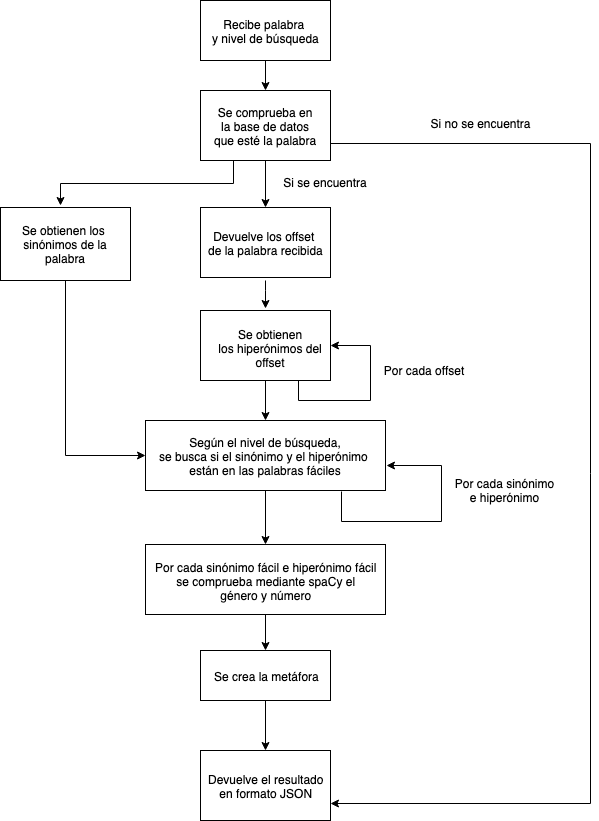
The draw.io diagram Memoria/Imagenes/Bitmap/Capitulo4/ServiciosWeb/DiagramaFlujoMetafora.png in NILGroup/TFG-1819-Analogias, before a commit. Source tidied: cells renumbered, new cells last; positions are measured from the earlier drawing's top-left corner, leaving out a move shared by most shapes.
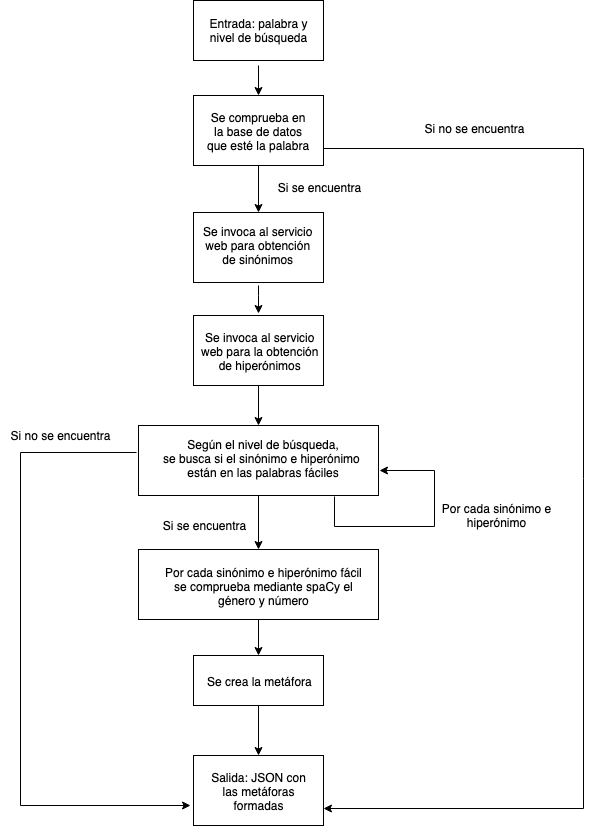
Later version of the same file.

The edit, as a diff of the source:
```diff
@@ -2,141 +2,128 @@
   <root>
     <mxCell id="0" />
     <mxCell id="1" parent="0" />
-    <mxCell id="2" style="rounded=0;whiteSpace=wrap;html=1;" parent="1" vertex="1">
-      <mxGeometry x="200" width="130" height="60" as="geometry" />
-    </mxCell>
-    <mxCell id="3" style="edgeStyle=orthogonalEdgeStyle;rounded=0;jettySize=auto;html=1;entryX=0.5;entryY=0;entryDx=0;entryDy=0;exitX=0.5;exitY=1;exitDx=0;exitDy=0;" parent="1" edge="1" source="2" target="6">
-      <mxGeometry relative="1" as="geometry" />
-    </mxCell>
-    <mxCell id="4" value="Recibe palabra&amp;nbsp;&lt;br&gt;y nivel de búsqueda&lt;br&gt;" style="text;html=1;align=center;verticalAlign=top;spacingTop=-4;" parent="1" vertex="1">
-      <mxGeometry x="205" y="15" width="120" height="30" as="geometry" />
-    </mxCell>
-    <mxCell id="5" style="edgeStyle=orthogonalEdgeStyle;rounded=0;jettySize=auto;html=1;exitX=0.25;exitY=1;exitDx=0;exitDy=0;" parent="1" edge="1" source="6">
-      <mxGeometry relative="1" as="geometry">
-        <mxPoint x="60" y="205" as="targetPoint" />
-      </mxGeometry>
-    </mxCell>
-    <mxCell id="6" style="rounded=0;whiteSpace=wrap;html=1;" parent="1" vertex="1">
-      <mxGeometry x="200" y="90" width="130" height="70" as="geometry" />
-    </mxCell>
-    <mxCell id="7" style="edgeStyle=orthogonalEdgeStyle;rounded=0;jettySize=auto;html=1;entryX=0.5;entryY=0;entryDx=0;entryDy=0;" parent="1" edge="1" target="9">
-      <mxGeometry relative="1" as="geometry">
-        <mxPoint x="265" y="160" as="sourcePoint" />
-      </mxGeometry>
-    </mxCell>
+    <mxCell id="36" style="rounded=0;whiteSpace=wrap;html=1;" parent="1" vertex="1">
+      <mxGeometry x="200" y="-5" width="130" height="60" as="geometry" />
+    </mxCell>
+    <mxCell id="37" style="edgeStyle=orthogonalEdgeStyle;rounded=0;jettySize=auto;html=1;entryX=0.5;entryY=0;entryDx=0;entryDy=0;exitX=0.5;exitY=1;exitDx=0;exitDy=0;" parent="1" edge="1" target="38">
+      <mxGeometry relative="1" as="geometry">
+        <mxPoint x="265" y="60" as="sourcePoint" />
+      </mxGeometry>
+    </mxCell>
+    <mxCell id="38" style="rounded=0;whiteSpace=wrap;html=1;" parent="1" vertex="1">
+      <mxGeometry x="200" y="90" width="130" height="70" as="geometry" />
+    </mxCell>
+    <mxCell id="39" style="edgeStyle=orthogonalEdgeStyle;rounded=0;jettySize=auto;html=1;entryX=0.5;entryY=0;entryDx=0;entryDy=0;" parent="1" edge="1" target="40">
+      <mxGeometry relative="1" as="geometry">
+        <mxPoint x="265" y="160" as="sourcePoint" />
+      </mxGeometry>
+    </mxCell>
     <mxCell id="8" value="Se comprueba en&lt;br&gt;&amp;nbsp;la base de datos &lt;br&gt;que esté la palabra&lt;br&gt;" style="text;html=1;align=center;verticalAlign=top;spacingTop=-4;" parent="1" vertex="1">
       <mxGeometry x="205" y="103" width="120" height="40" as="geometry" />
     </mxCell>
-    <mxCell id="9" style="rounded=0;whiteSpace=wrap;html=1;" parent="1" vertex="1">
-      <mxGeometry x="200" y="207" width="130" height="70" as="geometry" />
-    </mxCell>
-    <mxCell id="10" style="edgeStyle=orthogonalEdgeStyle;rounded=0;orthogonalLoop=1;jettySize=auto;html=1;" parent="1" edge="1">
-      <mxGeometry relative="1" as="geometry">
-        <mxPoint x="265" y="280" as="sourcePoint" />
-        <mxPoint x="265" y="308" as="targetPoint" />
-        <Array as="points">
-          <mxPoint x="265" y="290" />
-          <mxPoint x="265" y="290" />
-        </Array>
-      </mxGeometry>
-    </mxCell>
-    <mxCell id="11" value="Devuelve los offset&amp;nbsp;&lt;br&gt;de la palabra recibida&lt;br&gt;" style="text;html=1;align=center;verticalAlign=top;spacingTop=-4;" parent="1" vertex="1">
-      <mxGeometry x="200" y="227" width="130" height="30" as="geometry" />
-    </mxCell>
-    <mxCell id="12" value="Si se encuentra" style="text;html=1;strokeColor=none;fillColor=none;align=center;verticalAlign=middle;whiteSpace=wrap;rounded=0;" parent="1" vertex="1">
-      <mxGeometry x="275" y="172" width="100" height="20" as="geometry" />
-    </mxCell>
-    <mxCell id="13" style="edgeStyle=orthogonalEdgeStyle;rounded=0;jettySize=auto;html=1;exitX=0.5;exitY=1;exitDx=0;exitDy=0;entryX=0.5;entryY=0;entryDx=0;entryDy=0;" parent="1" edge="1" source="14" target="19">
-      <mxGeometry relative="1" as="geometry" />
-    </mxCell>
-    <mxCell id="14" style="rounded=0;whiteSpace=wrap;html=1;" parent="1" vertex="1">
-      <mxGeometry x="200" y="310" width="130" height="70" as="geometry" />
-    </mxCell>
-    <mxCell id="15" value="Se obtienen&lt;br&gt;&amp;nbsp;los hiperónimos del&amp;nbsp;&lt;br&gt;offset&lt;br&gt;" style="text;html=1;align=center;verticalAlign=top;spacingTop=-4;" parent="1" vertex="1">
-      <mxGeometry x="205" y="325" width="130" height="40" as="geometry" />
-    </mxCell>
-    <mxCell id="16" style="edgeStyle=orthogonalEdgeStyle;rounded=0;orthogonalLoop=1;jettySize=auto;html=1;exitX=0.75;exitY=1;exitDx=0;exitDy=0;entryX=1;entryY=0.5;entryDx=0;entryDy=0;" parent="1" edge="1" source="14" target="14">
-      <mxGeometry relative="1" as="geometry">
-        <Array as="points">
-          <mxPoint x="298" y="400" />
-          <mxPoint x="370" y="400" />
-          <mxPoint x="370" y="345" />
-        </Array>
-      </mxGeometry>
-    </mxCell>
-    <mxCell id="17" value="Por cada offset" style="text;html=1;strokeColor=none;fillColor=none;align=center;verticalAlign=middle;whiteSpace=wrap;rounded=0;" parent="1" vertex="1">
-      <mxGeometry x="373" y="360" width="100" height="20" as="geometry" />
-    </mxCell>
-    <mxCell id="18" style="edgeStyle=orthogonalEdgeStyle;rounded=0;jettySize=auto;html=1;exitX=0.5;exitY=1;exitDx=0;exitDy=0;entryX=0.5;entryY=0;entryDx=0;entryDy=0;" parent="1" edge="1" source="19" target="31">
-      <mxGeometry relative="1" as="geometry" />
-    </mxCell>
-    <mxCell id="19" style="rounded=0;whiteSpace=wrap;html=1;" parent="1" vertex="1">
-      <mxGeometry x="145" y="420" width="240" height="70" as="geometry" />
-    </mxCell>
-    <mxCell id="20" style="rounded=0;whiteSpace=wrap;html=1;" parent="1" vertex="1">
-      <mxGeometry x="200" y="750" width="130" height="70" as="geometry" />
-    </mxCell>
-    <mxCell id="21" value="Según el nivel de búsqueda,&lt;br&gt;se busca si el sinónimo y el hiperónimo &lt;br&gt;están en las palabras fáciles&lt;br&gt;" style="text;html=1;align=center;verticalAlign=top;spacingTop=-4;" parent="1" vertex="1">
-      <mxGeometry x="150" y="433" width="230" height="40" as="geometry" />
-    </mxCell>
-    <mxCell id="22" value="Devuelve el resultado&lt;br&gt;en formato JSON&lt;br&gt;" style="text;html=1;align=center;verticalAlign=top;spacingTop=-4;" parent="1" vertex="1">
-      <mxGeometry x="200" y="770" width="130" height="30" as="geometry" />
-    </mxCell>
+    <mxCell id="40" style="rounded=0;whiteSpace=wrap;html=1;" parent="1" vertex="1">
+      <mxGeometry x="200" y="207" width="130" height="70" as="geometry" />
+    </mxCell>
+    <mxCell id="41" style="edgeStyle=orthogonalEdgeStyle;rounded=0;orthogonalLoop=1;jettySize=auto;html=1;" parent="1" edge="1">
+      <mxGeometry relative="1" as="geometry">
+        <mxPoint x="265" y="280" as="sourcePoint" />
+        <mxPoint x="265" y="308" as="targetPoint" />
+        <Array as="points">
+          <mxPoint x="265" y="290" />
+          <mxPoint x="265" y="290" />
+        </Array>
+      </mxGeometry>
+    </mxCell>
+    <mxCell id="42" value="Se invoca al servicio&lt;br&gt;web para obtención&lt;br&gt;de sinónimos&lt;br&gt;" style="text;html=1;align=center;verticalAlign=top;spacingTop=-4;" parent="1" vertex="1">
+      <mxGeometry x="200" y="217" width="130" height="40" as="geometry" />
+    </mxCell>
+    <mxCell id="43" value="Si se encuentra" style="text;html=1;strokeColor=none;fillColor=none;align=center;verticalAlign=middle;whiteSpace=wrap;rounded=0;" parent="1" vertex="1">
+      <mxGeometry x="275" y="172" width="100" height="20" as="geometry" />
+    </mxCell>
+    <mxCell id="44" style="edgeStyle=orthogonalEdgeStyle;rounded=0;jettySize=auto;html=1;exitX=0.5;exitY=1;exitDx=0;exitDy=0;entryX=0.5;entryY=0;entryDx=0;entryDy=0;" parent="1" edge="1" source="45" target="48">
+      <mxGeometry relative="1" as="geometry" />
+    </mxCell>
+    <mxCell id="45" style="rounded=0;whiteSpace=wrap;html=1;" parent="1" vertex="1">
+      <mxGeometry x="200" y="310" width="130" height="70" as="geometry" />
+    </mxCell>
+    <mxCell id="46" value="Se invoca al servicio&lt;br&gt;web para la obtención&lt;br&gt;de hiperónimos&lt;br&gt;" style="text;html=1;align=center;verticalAlign=top;spacingTop=-4;" parent="1" vertex="1">
+      <mxGeometry x="202" y="323" width="130" height="40" as="geometry" />
+    </mxCell>
+    <mxCell id="47" style="edgeStyle=orthogonalEdgeStyle;rounded=0;jettySize=auto;html=1;exitX=0.5;exitY=1;exitDx=0;exitDy=0;entryX=0.5;entryY=0;entryDx=0;entryDy=0;" parent="1" edge="1" source="48" target="55">
+      <mxGeometry relative="1" as="geometry" />
+    </mxCell>
+    <mxCell id="48" style="rounded=0;whiteSpace=wrap;html=1;" parent="1" vertex="1">
+      <mxGeometry x="145" y="420" width="240" height="70" as="geometry" />
+    </mxCell>
+    <mxCell id="49" style="rounded=0;whiteSpace=wrap;html=1;" parent="1" vertex="1">
+      <mxGeometry x="200" y="750" width="130" height="70" as="geometry" />
+    </mxCell>
+    <mxCell id="50" value="Según el nivel de búsqueda,&lt;br&gt;se busca si el sinónimo e hiperónimo&amp;nbsp;&lt;br&gt;están en las palabras fáciles&lt;br&gt;" style="text;html=1;align=center;verticalAlign=top;spacingTop=-4;" parent="1" vertex="1">
+      <mxGeometry x="160" y="430" width="220" height="40" as="geometry" />
+    </mxCell>
-    <mxCell id="23" value="Por cada sinónimo&lt;br&gt;e hiperónimo" style="text;html=1;strokeColor=none;fillColor=none;align=center;verticalAlign=middle;whiteSpace=wrap;rounded=0;" parent="1" vertex="1">
-      <mxGeometry x="445" y="480" width="117" height="20" as="geometry" />
+    <mxCell id="23" value="Por cada&amp;nbsp;sinónimo e hiperónimo" style="text;html=1;strokeColor=none;fillColor=none;align=center;verticalAlign=middle;whiteSpace=wrap;rounded=0;" parent="1" vertex="1">
+      <mxGeometry x="445" y="480" width="117" height="60" as="geometry" />
     </mxCell>
-    <mxCell id="24" style="edgeStyle=orthogonalEdgeStyle;rounded=0;orthogonalLoop=1;jettySize=auto;html=1;entryX=1;entryY=0.629;entryDx=0;entryDy=0;entryPerimeter=0;" parent="1" edge="1">
-      <mxGeometry relative="1" as="geometry">
-        <mxPoint x="341" y="491" as="sourcePoint" />
-        <mxPoint x="386" y="465" as="targetPoint" />
-        <Array as="points">
-          <mxPoint x="340.5" y="521" />
-          <mxPoint x="440.5" y="521" />
-          <mxPoint x="440.5" y="465" />
-        </Array>
-      </mxGeometry>
-    </mxCell>
-    <mxCell id="25" style="edgeStyle=orthogonalEdgeStyle;rounded=0;jettySize=auto;html=1;exitX=1;exitY=0.75;exitDx=0;exitDy=0;entryX=1;entryY=0.75;entryDx=0;entryDy=0;" parent="1" edge="1" source="6" target="20">
-      <mxGeometry relative="1" as="geometry">
-        <Array as="points">
-          <mxPoint x="590" y="143" />
-          <mxPoint x="590" y="803" />
-        </Array>
-      </mxGeometry>
-    </mxCell>
-    <mxCell id="26" value="Si no se encuentra" style="text;html=1;strokeColor=none;fillColor=none;align=center;verticalAlign=middle;whiteSpace=wrap;rounded=0;" parent="1" vertex="1">
-      <mxGeometry x="423" y="113" width="115" height="20" as="geometry" />
-    </mxCell>
-    <mxCell id="27" style="edgeStyle=orthogonalEdgeStyle;rounded=0;jettySize=auto;html=1;entryX=0;entryY=0.5;entryDx=0;entryDy=0;" parent="1" edge="1" source="28" target="19">
-      <mxGeometry relative="1" as="geometry">
-        <Array as="points">
-          <mxPoint x="65" y="455" />
-        </Array>
-      </mxGeometry>
-    </mxCell>
-    <mxCell id="28" style="rounded=0;whiteSpace=wrap;html=1;" parent="1" vertex="1">
-      <mxGeometry y="207" width="130" height="73" as="geometry" />
-    </mxCell>
-    <mxCell id="29" value="Se obtienen los&amp;nbsp;&lt;br&gt;sinónimos de la&lt;br&gt;palabra&lt;br&gt;" style="text;html=1;align=center;verticalAlign=top;spacingTop=-4;" parent="1" vertex="1">
-      <mxGeometry x="15" y="221" width="100" height="40" as="geometry" />
-    </mxCell>
-    <mxCell id="30" style="edgeStyle=orthogonalEdgeStyle;rounded=0;jettySize=auto;html=1;exitX=0.5;exitY=1;exitDx=0;exitDy=0;entryX=0.5;entryY=0;entryDx=0;entryDy=0;" parent="1" edge="1" source="31" target="34">
-      <mxGeometry relative="1" as="geometry" />
-    </mxCell>
-    <mxCell id="31" style="rounded=0;whiteSpace=wrap;html=1;" parent="1" vertex="1">
-      <mxGeometry x="145" y="544" width="240" height="70" as="geometry" />
-    </mxCell>
-    <mxCell id="32" value="Por cada sinónimo fácil e hiperónimo fácil&lt;br&gt;se comprueba mediante spaCy el&lt;br&gt;género y número&lt;br&gt;" style="text;html=1;align=center;verticalAlign=top;spacingTop=-4;" parent="1" vertex="1">
-      <mxGeometry x="145" y="558" width="240" height="40" as="geometry" />
-    </mxCell>
-    <mxCell id="33" style="edgeStyle=orthogonalEdgeStyle;rounded=0;jettySize=auto;html=1;" parent="1" edge="1" source="34" target="20">
-      <mxGeometry relative="1" as="geometry" />
-    </mxCell>
-    <mxCell id="34" style="rounded=0;whiteSpace=wrap;html=1;" parent="1" vertex="1">
-      <mxGeometry x="200" y="650" width="130" height="50" as="geometry" />
-    </mxCell>
+    <mxCell id="51" style="edgeStyle=orthogonalEdgeStyle;rounded=0;orthogonalLoop=1;jettySize=auto;html=1;entryX=1;entryY=0.629;entryDx=0;entryDy=0;entryPerimeter=0;" parent="1" edge="1">
+      <mxGeometry relative="1" as="geometry">
+        <mxPoint x="341" y="491" as="sourcePoint" />
+        <mxPoint x="386" y="465" as="targetPoint" />
+        <Array as="points">
+          <mxPoint x="340.5" y="521" />
+          <mxPoint x="440.5" y="521" />
+          <mxPoint x="440.5" y="465" />
+        </Array>
+      </mxGeometry>
+    </mxCell>
+    <mxCell id="52" style="edgeStyle=orthogonalEdgeStyle;rounded=0;jettySize=auto;html=1;exitX=1;exitY=0.75;exitDx=0;exitDy=0;entryX=1;entryY=0.75;entryDx=0;entryDy=0;" parent="1" edge="1" source="38" target="49">
+      <mxGeometry relative="1" as="geometry">
+        <Array as="points">
+          <mxPoint x="590" y="143" />
+          <mxPoint x="590" y="803" />
+        </Array>
+      </mxGeometry>
+    </mxCell>
+    <mxCell id="53" value="Si no se encuentra" style="text;html=1;strokeColor=none;fillColor=none;align=center;verticalAlign=middle;whiteSpace=wrap;rounded=0;" parent="1" vertex="1">
+      <mxGeometry x="423" y="113" width="115" height="20" as="geometry" />
+    </mxCell>
+    <mxCell id="54" style="edgeStyle=orthogonalEdgeStyle;rounded=0;jettySize=auto;html=1;exitX=0.5;exitY=1;exitDx=0;exitDy=0;entryX=0.5;entryY=0;entryDx=0;entryDy=0;" parent="1" edge="1" source="55" target="58">
+      <mxGeometry relative="1" as="geometry" />
+    </mxCell>
+    <mxCell id="55" style="rounded=0;whiteSpace=wrap;html=1;" parent="1" vertex="1">
+      <mxGeometry x="145" y="544" width="240" height="70" as="geometry" />
+    </mxCell>
+    <mxCell id="56" value="Por cada sinónimo e hiperónimo fácil&lt;br&gt;se comprueba mediante spaCy el&lt;br&gt;género y número&lt;br&gt;" style="text;html=1;align=center;verticalAlign=top;spacingTop=-4;" parent="1" vertex="1">
+      <mxGeometry x="165" y="558" width="210" height="40" as="geometry" />
+    </mxCell>
+    <mxCell id="57" style="edgeStyle=orthogonalEdgeStyle;rounded=0;jettySize=auto;html=1;" parent="1" edge="1" source="58" target="49">
+      <mxGeometry relative="1" as="geometry" />
+    </mxCell>
+    <mxCell id="58" style="rounded=0;whiteSpace=wrap;html=1;" parent="1" vertex="1">
+      <mxGeometry x="200" y="650" width="130" height="50" as="geometry" />
+    </mxCell>
     <mxCell id="35" value="Se crea la metáfora&lt;br&gt;" style="text;html=1;align=center;verticalAlign=top;spacingTop=-4;" parent="1" vertex="1">
       <mxGeometry x="206" y="666.5" width="120" height="20" as="geometry" />
     </mxCell>
+    <mxCell id="59" value="Entrada: palabra y nivel de búsqueda" style="text;html=1;strokeColor=none;fillColor=none;align=center;verticalAlign=middle;whiteSpace=wrap;rounded=0;" parent="1" vertex="1">
+      <mxGeometry x="215" width="100" height="50" as="geometry" />
+    </mxCell>
+    <mxCell id="60" value="Si se encuentra" style="text;html=1;strokeColor=none;fillColor=none;align=center;verticalAlign=middle;whiteSpace=wrap;rounded=0;" parent="1" vertex="1">
+      <mxGeometry x="160" y="510" width="100" height="20" as="geometry" />
+    </mxCell>
+    <mxCell id="61" style="endArrow=classic;html=1;entryX=-0.023;entryY=1;entryDx=0;entryDy=0;entryPerimeter=0;exitX=-0.008;exitY=0.386;exitDx=0;exitDy=0;exitPerimeter=0;rounded=0;" parent="1" edge="1" source="48">
+      <mxGeometry relative="1" as="geometry">
+        <mxPoint x="197" y="800" as="targetPoint" />
+        <Array as="points">
+          <mxPoint x="27" y="447" />
+          <mxPoint x="27" y="800" />
+        </Array>
+      </mxGeometry>
+    </mxCell>
+    <mxCell id="62" value="Si no se encuentra" style="text;html=1;strokeColor=none;fillColor=none;align=center;verticalAlign=middle;whiteSpace=wrap;rounded=0;" parent="1" vertex="1">
+      <mxGeometry x="7" y="420" width="120" height="20" as="geometry" />
+    </mxCell>
+    <mxCell id="63" value="Salida: JSON con las metáforas formadas" style="text;html=1;strokeColor=none;fillColor=none;align=center;verticalAlign=middle;whiteSpace=wrap;rounded=0;" parent="1" vertex="1">
+      <mxGeometry x="210" y="755" width="110" height="60" as="geometry" />
+    </mxCell>
   </root>
 </mxGraphModel>
```
